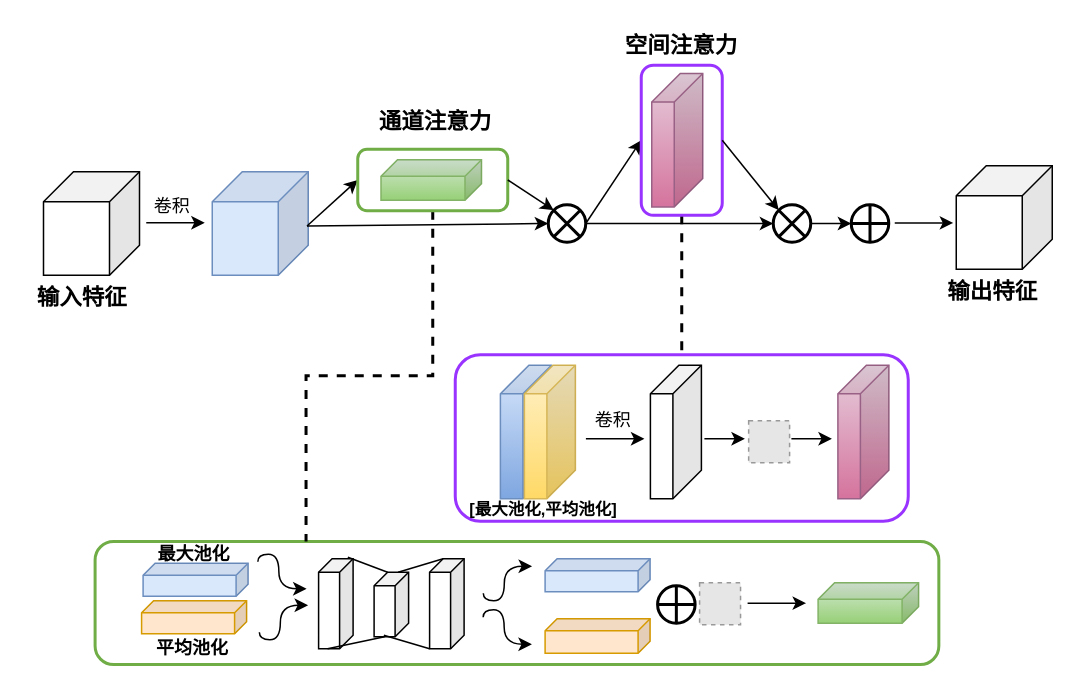
JMYok/wx_crossLearn keeps this draw.io diagram as CBAM.drawio. Above is the earlier version. Source tidied: cells renumbered, new cells numbered last; positions are measured from the earlier drawing's top-left corner, leaving out a move shared by most shapes. Both pictures are drawn from the tidied source at 150%, with x=0, y=0 at pixel (32, 26). Pictures stored in the file or linked from it are replaced by grey dashed boxes.
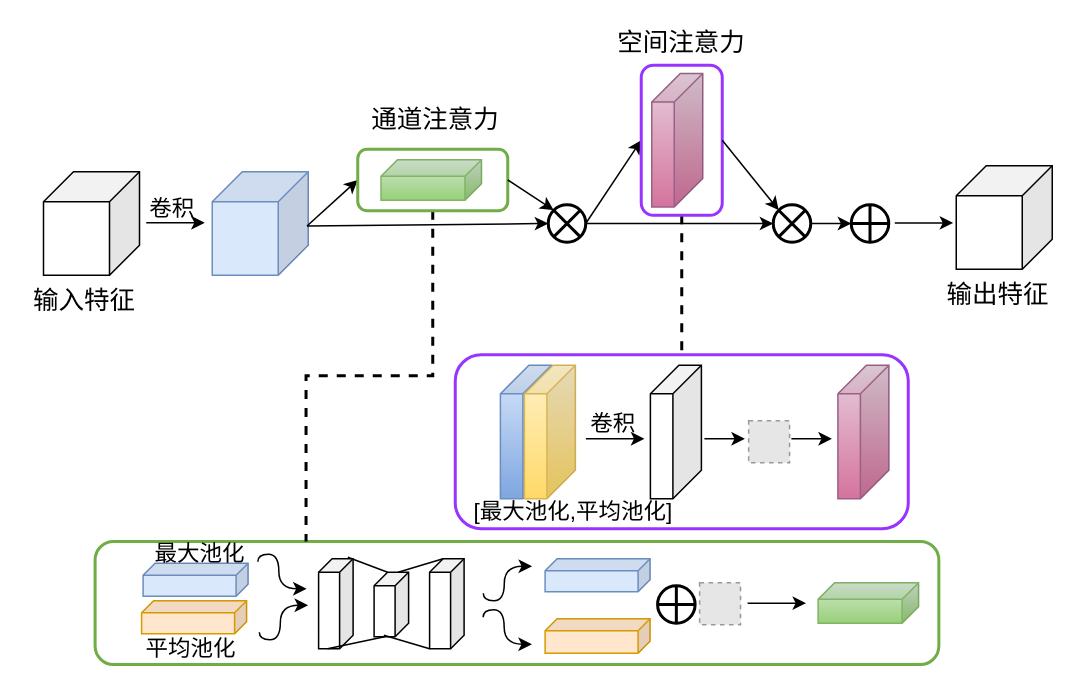
Above is the later version.

Change to the diagram source:
```diff
@@
-    <mxCell id="3" value="&lt;span style=&quot;font-size: 15px;&quot;&gt;输入特征&lt;/span&gt;" style="text;html=1;align=center;verticalAlign=middle;whiteSpace=wrap;rounded=0;fontStyle=1;fontSize=15;" parent="1" vertex="1">
-      <mxGeometry y="166" width="67" height="28" as="geometry" />
+    <mxCell id="3" value="&lt;span&gt;输入特征&lt;/span&gt;" style="text;html=1;align=center;verticalAlign=middle;whiteSpace=wrap;rounded=0;fontStyle=0;fontSize=17;fontFamily=SimSun;" parent="1" vertex="1">
+      <mxGeometry x="-4.1" y="172" width="78" height="24" as="geometry" />
     </mxCell>
@@
-    <mxCell id="5" value="卷积" style="text;html=1;align=center;verticalAlign=middle;strokeColor=none;fillColor=none;fontSize=12;" parent="1" vertex="1">
-      <mxGeometry x="71.5" y="107" width="42" height="26" as="geometry" />
+    <mxCell id="5" value="卷积" style="text;html=1;align=center;verticalAlign=middle;strokeColor=none;fillColor=none;fontSize=15;fontFamily=SimSun;" parent="1" vertex="1">
+      <mxGeometry x="68.5" y="106" width="48" height="30" as="geometry" />
     </mxCell>
@@
     <mxCell id="10" style="rounded=1;whiteSpace=wrap;html=1;strokeColor=#9933FF;strokeWidth=2;" parent="1" vertex="1">
-      <mxGeometry x="282" y="219" width="302" height="111" as="geometry" />
+      <mxGeometry x="282" y="219" width="302" height="116" as="geometry" />
     </mxCell>
@@
-    <mxCell id="13" value="最大池化" style="text;html=1;align=center;verticalAlign=middle;whiteSpace=wrap;rounded=0;fontStyle=1;" parent="1" vertex="1">
-      <mxGeometry x="77.9" y="337" width="60" height="30" as="geometry" />
+    <mxCell id="13" value="最大池化" style="text;html=1;align=center;verticalAlign=middle;whiteSpace=wrap;rounded=0;fontStyle=0;fontSize=15;fontFamily=SimSun;" parent="1" vertex="1">
+      <mxGeometry x="77.9" y="336" width="68.1" height="30" as="geometry" />
     </mxCell>
-    <mxCell id="14" value="平均池化" style="text;html=1;align=center;verticalAlign=middle;whiteSpace=wrap;rounded=0;fontStyle=1;" parent="1" vertex="1">
-      <mxGeometry x="76.9" y="400" width="60" height="30" as="geometry" />
+    <mxCell id="14" value="平均池化" style="text;html=1;align=center;verticalAlign=middle;whiteSpace=wrap;rounded=0;fontStyle=0;fontSize=15;fontFamily=SimSun;" parent="1" vertex="1">
+      <mxGeometry x="71.5" y="399" width="68.1" height="30" as="geometry" />
     </mxCell>
@@
-    <mxCell id="26" value="通道注意力" style="text;html=1;align=center;verticalAlign=middle;whiteSpace=wrap;rounded=0;fontSize=15;fontStyle=1;" parent="1" vertex="1">
+    <mxCell id="26" value="通道注意力" style="text;html=1;align=center;verticalAlign=middle;whiteSpace=wrap;rounded=0;fontSize=17;fontStyle=0;fontFamily=SimSun;" parent="1" vertex="1">
       <mxGeometry x="224.5" y="51" width="88" height="23" as="geometry" />
     </mxCell>
@@
-    <mxCell id="37" value="空间注意力" style="text;html=1;align=center;verticalAlign=middle;whiteSpace=wrap;rounded=0;fontSize=15;fontStyle=1;" parent="1" vertex="1">
+    <mxCell id="37" value="空间注意力" style="text;html=1;align=center;verticalAlign=middle;whiteSpace=wrap;rounded=0;fontSize=17;fontStyle=0;fontFamily=SimSun;" parent="1" vertex="1">
       <mxGeometry x="389" width="88" height="23" as="geometry" />
     </mxCell>
@@
-    <mxCell id="41" value="&lt;span style=&quot;font-size: 15px;&quot;&gt;输出特征&lt;/span&gt;" style="text;html=1;align=center;verticalAlign=middle;whiteSpace=wrap;rounded=0;fontStyle=1;fontSize=15;" parent="1" vertex="1">
-      <mxGeometry x="607" y="162" width="67" height="28" as="geometry" />
+    <mxCell id="41" value="&lt;span&gt;输出特征&lt;/span&gt;" style="text;html=1;align=center;verticalAlign=middle;whiteSpace=wrap;rounded=0;fontStyle=0;fontSize=17;fontFamily=SimSun;" parent="1" vertex="1">
+      <mxGeometry x="604.4" y="166" width="79.5" height="28" as="geometry" />
     </mxCell>
@@
-    <mxCell id="53" value="&lt;b style=&quot;font-size: 11px;&quot;&gt;[最大池化,平均池化]&lt;/b&gt;" style="text;html=1;align=center;verticalAlign=middle;whiteSpace=wrap;rounded=0;fontSize=11;" parent="1" vertex="1">
-      <mxGeometry x="275.6" y="307" width="130" height="30" as="geometry" />
+    <mxCell id="53" value="&lt;span&gt;[最大池化,平均池化]&lt;/span&gt;" style="text;html=1;align=center;verticalAlign=middle;whiteSpace=wrap;rounded=0;fontSize=15;fontStyle=0;fontFamily=SimSun;" parent="1" vertex="1">
+      <mxGeometry x="287.1" y="308" width="147.9" height="30" as="geometry" />
     </mxCell>
@@
-    <mxCell id="56" value="卷积" style="text;html=1;align=center;verticalAlign=middle;strokeColor=none;fillColor=none;fontSize=12;" parent="1" vertex="1">
-      <mxGeometry x="366.1" y="250" width="42" height="26" as="geometry" />
+    <mxCell id="56" value="卷积" style="text;html=1;align=center;verticalAlign=middle;strokeColor=none;fillColor=none;fontSize=15;fontFamily=SimSun;" parent="1" vertex="1">
+      <mxGeometry x="363.1" y="249" width="48" height="30" as="geometry" />
     </mxCell>
```
